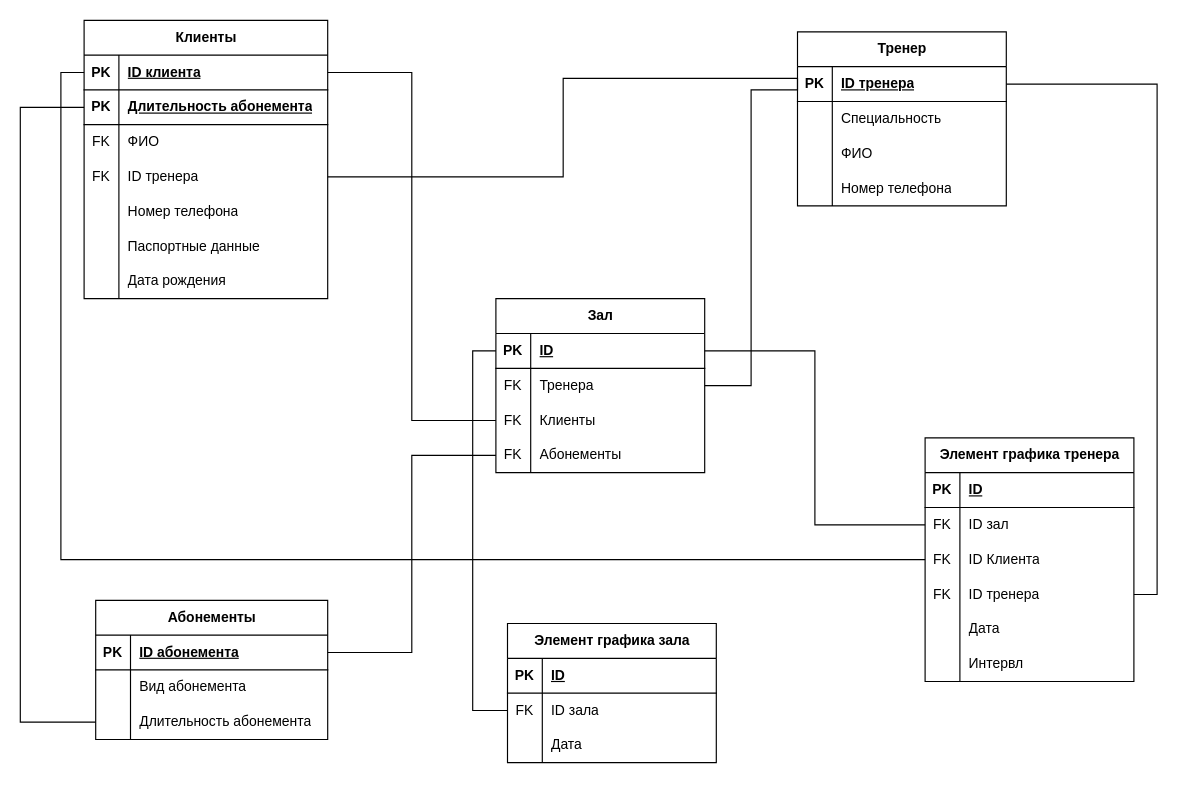
This is Диаграмма итоговая для проекта.drawio from Matvey-cmd/Database, a draw.io file, before an edit. Source tidied: cells renumbered, new cells numbered last; positions are measured from the earlier drawing's top-left corner, leaving out a move shared by most shapes. Both pictures are drawn from the tidied source at 116%, with x=0, y=0 at pixel (20, 20).
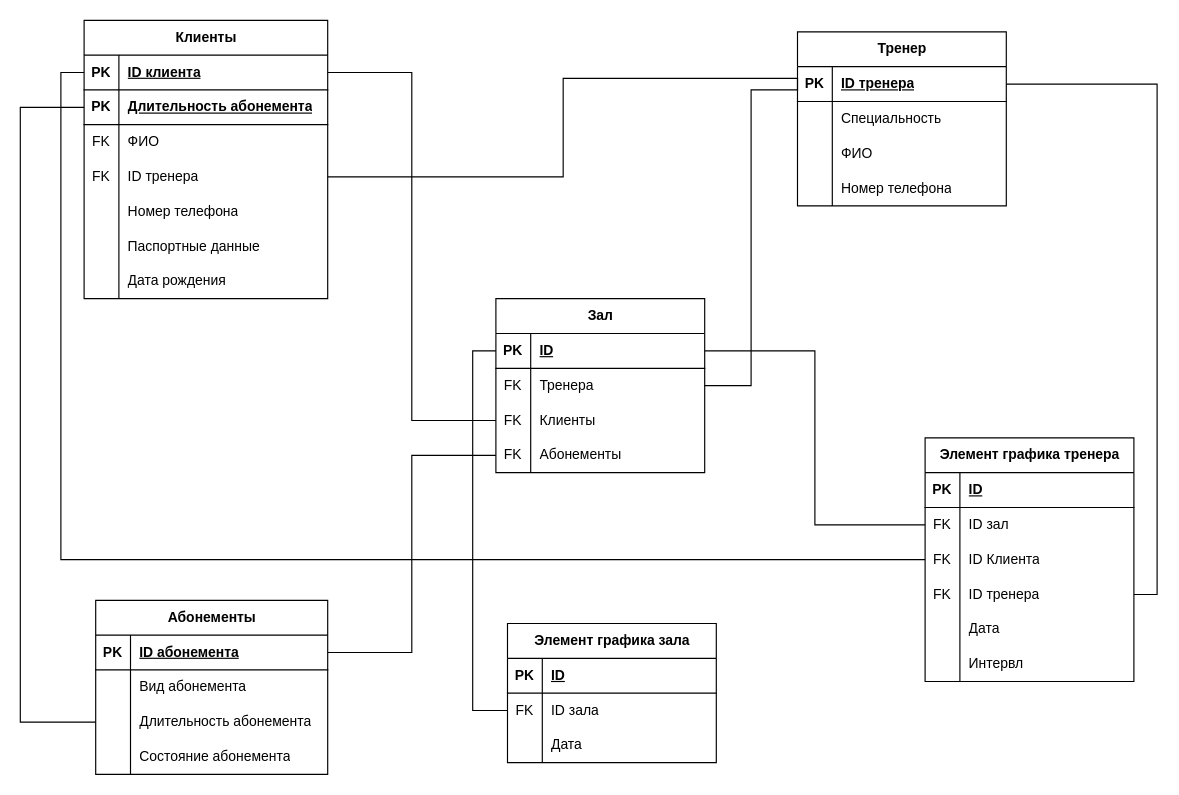
Above is the later version.

Diff of the diagram source:
```diff
@@
     <mxCell id="69" value="Абонементы" style="shape=table;startSize=30;childLayout=tableLayout;rowLines=0;fontStyle=1;align=center;html=1;" parent="1" vertex="1">
-      <mxGeometry x="65" y="500" width="200" height="120" as="geometry" />
+      <mxGeometry x="65" y="500" width="200" height="150" as="geometry" />
     </mxCell>
@@
+    <mxCell id="98" style="shape=tableRow;horizontal=0;startSize=0;swimlaneHead=0;swimlaneBody=0;fillColor=none;top=0;left=0;right=0;bottom=0;" parent="69" vertex="1">
+      <mxGeometry y="120" width="200" height="30" as="geometry" />
+    </mxCell>
+    <mxCell id="99" style="shape=partialRectangle;fillColor=none;top=0;left=0;bottom=0;right=0;fontStyle=0;overflow=hidden;whiteSpace=wrap;html=1;" parent="98" vertex="1">
+      <mxGeometry width="30" height="30" as="geometry" />
+    </mxCell>
+    <mxCell id="100" value="Состояние абонемента" style="shape=partialRectangle;fillColor=none;top=0;left=0;bottom=0;right=0;align=left;spacingLeft=6;fontStyle=0;overflow=hidden;whiteSpace=wrap;html=1;" parent="98" vertex="1">
+      <mxGeometry x="30" width="170" height="30" as="geometry" />
+    </mxCell>
```
